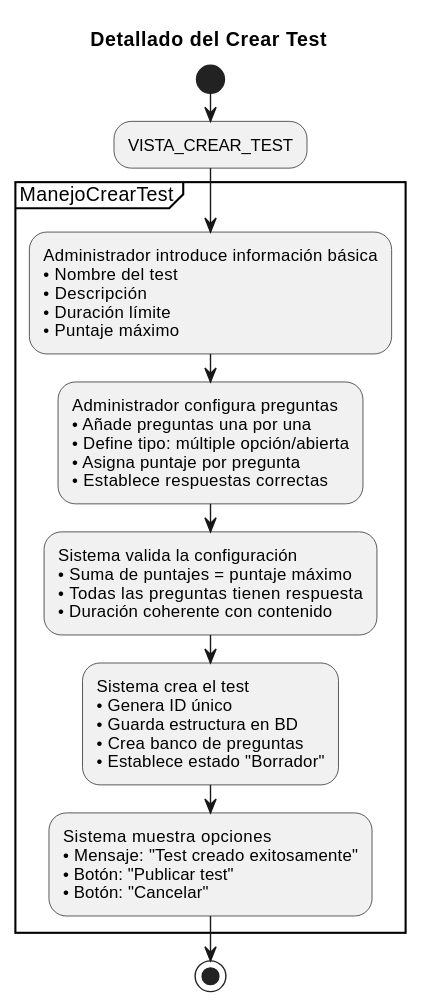
Dievex/24-25-IdSw1-SDR keeps this PlantUML diagram as documentos/imagenes/casos_de_uso/diagramas_casos_de_uso_detallados/crear_test.svg. Above is the earlier version.
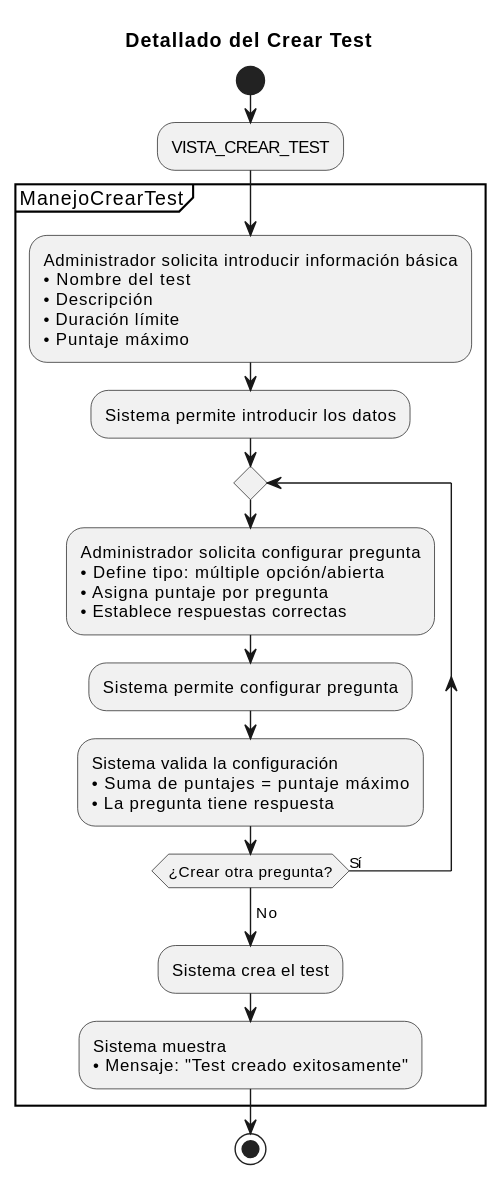
The same diagram one commit later.

Change to the diagram source:
```diff
@@ -7,35 +7,32 @@
 
 partition ManejoCrearTest {
 
-  :Administrador introduce información básica
+  :Administrador solicita introducir información básica
   • Nombre del test
   • Descripción
   • Duración límite
   • Puntaje máximo;
 
+  :Sistema permite introducir los datos;
 
-  :Administrador configura preguntas
-  • Añade preguntas una por una
-  • Define tipo: múltiple opción/abierta
-  • Asigna puntaje por pregunta
-  • Establece respuestas correctas;
+  repeat
+    :Administrador solicita configurar pregunta
+    • Define tipo: múltiple opción/abierta
+    • Asigna puntaje por pregunta
+    • Establece respuestas correctas;
 
-  :Sistema valida la configuración
-  • Suma de puntajes = puntaje máximo
-  • Todas las preguntas tienen respuesta
-  • Duración coherente con contenido;
+    :Sistema permite configurar pregunta;
 
+    :Sistema valida la configuración
+    • Suma de puntajes = puntaje máximo
+    • La pregunta tiene respuesta;
+  repeat while (¿Crear otra pregunta?) is (Sí)
+  ->No;
 
-  :Sistema crea el test
-  • Genera ID único
-  • Guarda estructura en BD
-  • Crea banco de preguntas
-  • Establece estado "Borrador";
+  :Sistema crea el test;
 
- :Sistema muestra opciones
- • Mensaje: "Test creado exitosamente"
- • Botón: "Publicar test"
- • Botón: "Cancelar";
+ :Sistema muestra
+ • Mensaje: "Test creado exitosamente";
 
 
 
```
